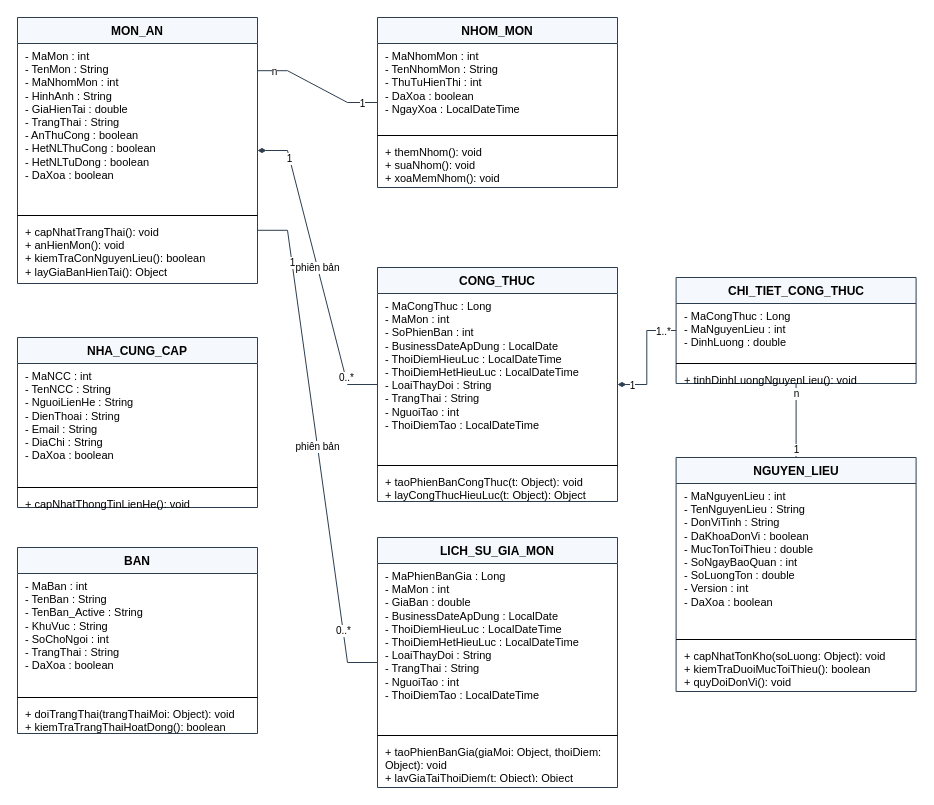
Earlier version of the draw.io diagram page "Quan ly danh muc" (2 of 5) of docs/ClassDiagram_HeThongQuanLyNhaHang.drawio (nminhzzz/restaurant-management-ai). Source tidied: cells renumbered, new cells numbered last; positions are measured from the earlier drawing's top-left corner, leaving out a move shared by most shapes. Both pictures are drawn from the tidied source at 100%, with x=0, y=0 at pixel (17, 17).
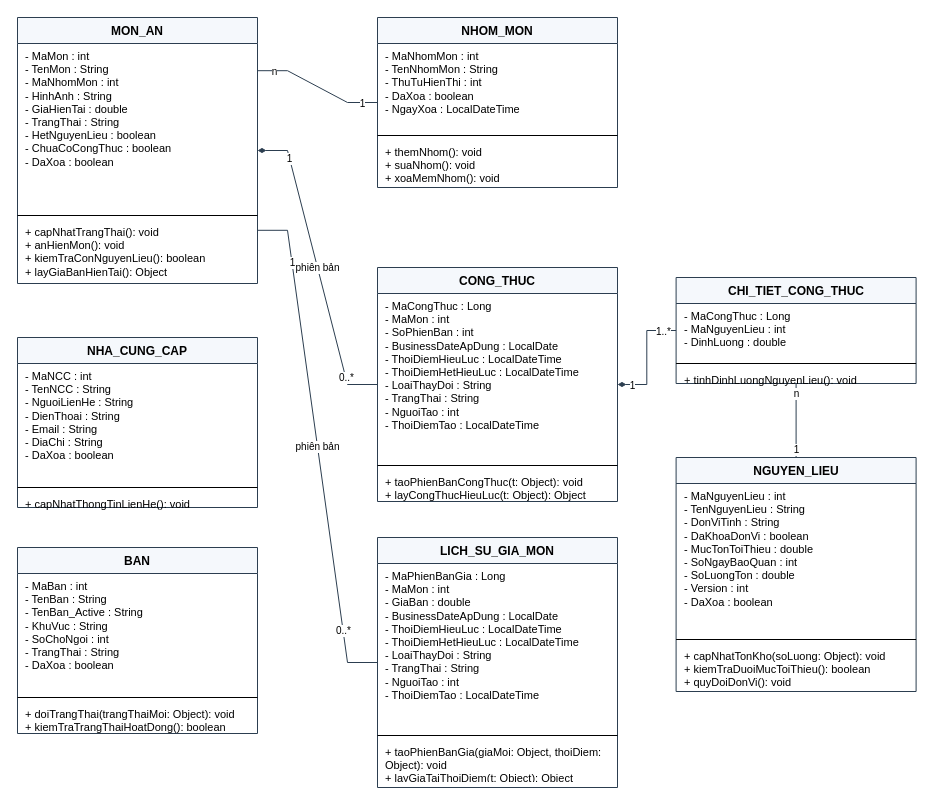
The same diagram, later.

Unchanged cells that the change refers to:
```xml
<mxCell id="6" value="MON_AN" style="swimlane;fontStyle=1;align=center;verticalAlign=top;horizontal=1;startSize=26;whiteSpace=wrap;html=1;fillColor=#F5F8FC;strokeColor=#2C3E50;dashed=0;fontSize=12;" parent="1" vertex="1">
  <mxGeometry width="240" height="266" as="geometry" />
</mxCell>
```

Diff of the diagram source:
```diff
@@
-    <mxCell id="7" value="- MaMon : int&lt;br&gt;- TenMon : String&lt;br&gt;- MaNhomMon : int&lt;br&gt;- HinhAnh : String&lt;br&gt;- GiaHienTai : double&lt;br&gt;- TrangThai : String&lt;br&gt;- AnThuCong : boolean&lt;br&gt;- HetNLThuCong : boolean&lt;br&gt;- HetNLTuDong : boolean&lt;br&gt;- DaXoa : boolean" style="text;align=left;verticalAlign=top;spacingLeft=6;spacingRight=4;overflow=hidden;whiteSpace=wrap;html=1;fontSize=11;" parent="6" vertex="1">
+    <mxCell id="7" value="- MaMon : int&lt;br&gt;- TenMon : String&lt;br&gt;- MaNhomMon : int&lt;br&gt;- HinhAnh : String&lt;br&gt;- GiaHienTai : double&lt;br&gt;- TrangThai : String&lt;br&gt;- HetNguyenLieu : boolean&lt;div&gt;-&amp;nbsp;ChuaCoCongThuc : boolean&lt;br&gt;- DaXoa : boolean&lt;/div&gt;" style="text;align=left;verticalAlign=top;spacingLeft=6;spacingRight=4;overflow=hidden;whiteSpace=wrap;html=1;fontSize=11;" parent="6" vertex="1">
       <mxGeometry y="26" width="240" height="168" as="geometry" />
     </mxCell>
```
